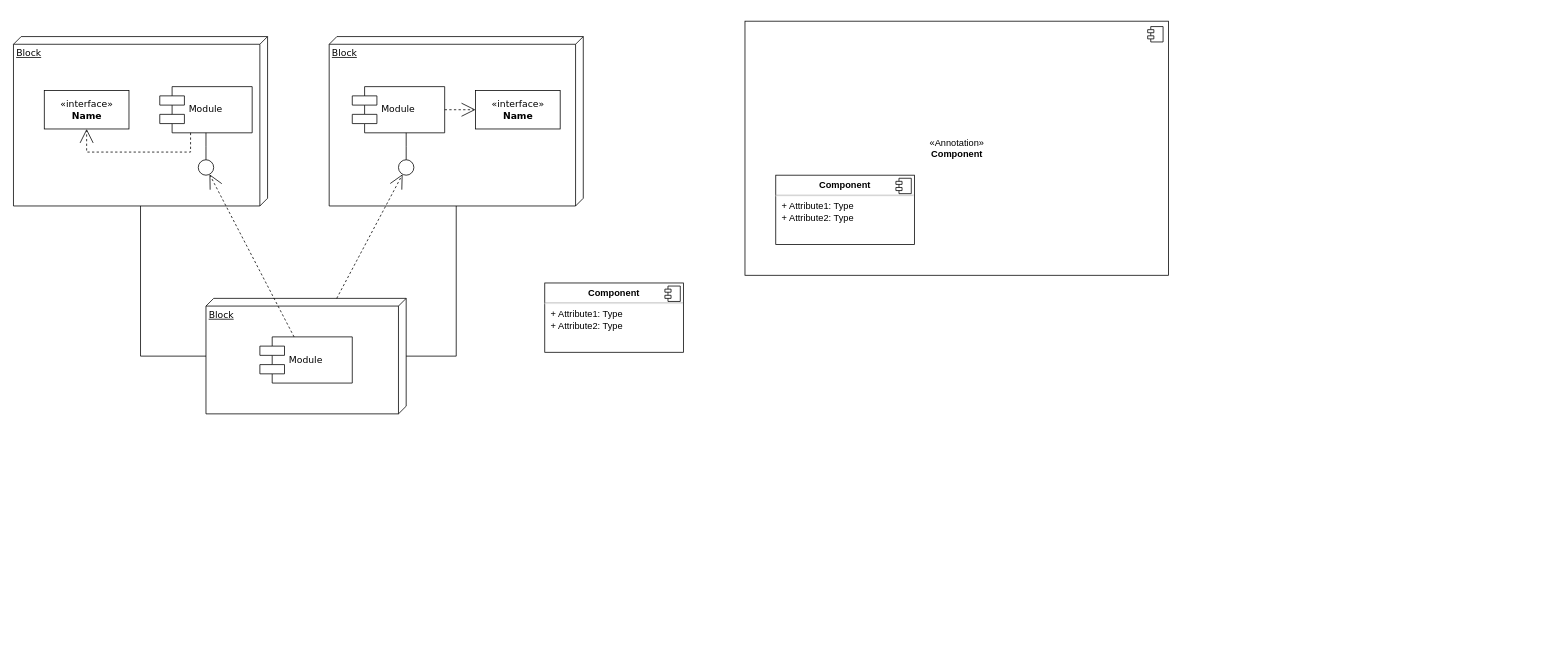
Above: 未命名绘图.drawio in wdnb/UML (draw.io), before the change. Source tidied: cells renumbered, new cells numbered last; positions are measured from the earlier drawing's top-left corner, leaving out a move shared by most shapes. Both pictures are drawn from the tidied source at 77%, with x=0, y=0 at pixel (13, 21).
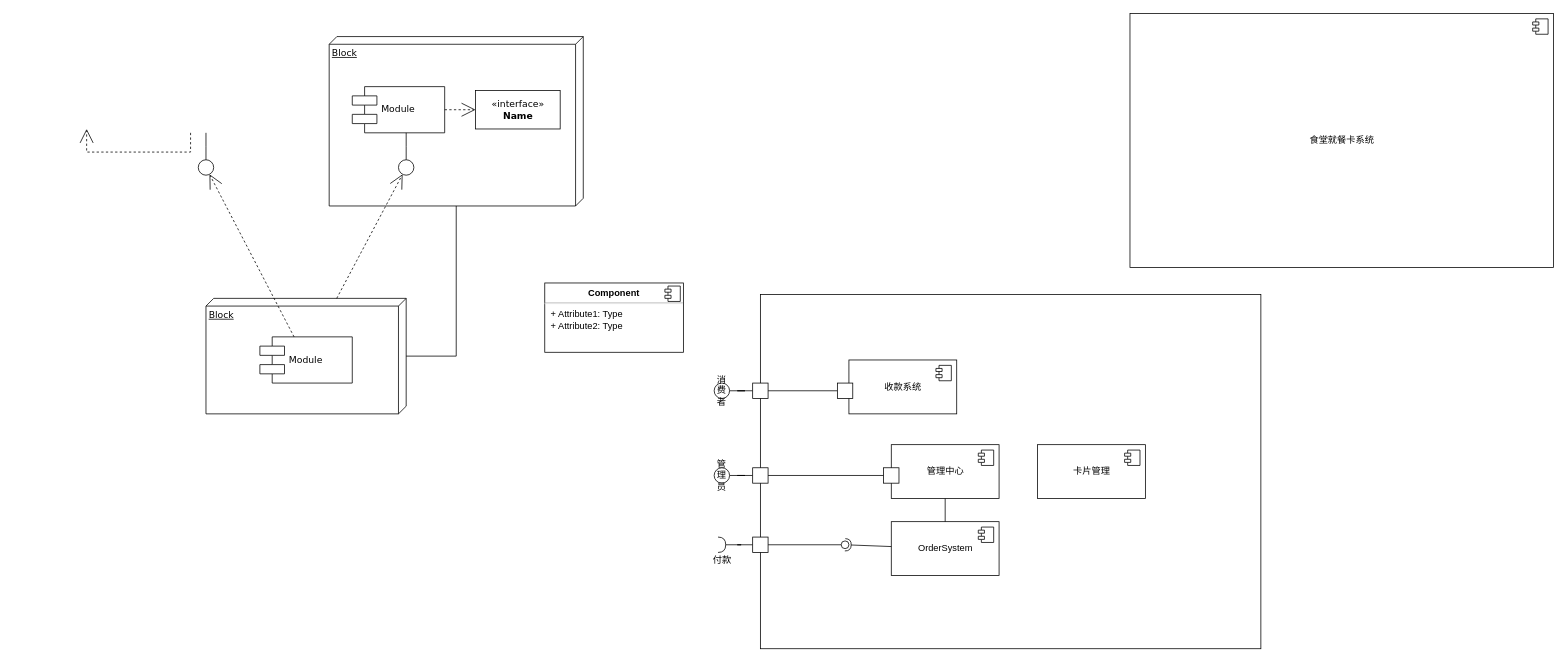
The same page after the edit.

Commit message (it also covers changes not shown here):
更新未命名绘图.drawio

The change refers to these unchanged cells:
```xml
<mxCell id="4" value="Block" style="verticalAlign=top;align=left;spacingTop=8;spacingLeft=2;spacingRight=12;shape=cube;size=10;direction=south;fontStyle=4;html=1;rounded=0;shadow=0;comic=0;labelBackgroundColor=none;strokeWidth=1;fontFamily=Verdana;fontSize=12;" parent="1" vertex="1">
  <mxGeometry x="250" y="360" width="260" height="150" as="geometry" />
</mxCell>
<mxCell id="7" style="ellipse;whiteSpace=wrap;html=1;rounded=0;shadow=0;comic=0;labelBackgroundColor=none;strokeWidth=1;fontFamily=Verdana;fontSize=12;align=center;" parent="1" vertex="1">
  <mxGeometry x="240" y="180" width="20" height="20" as="geometry" />
</mxCell>
```

What changed in the source:
```diff
@@
-    <mxCell id="2" value="Block" style="verticalAlign=top;align=left;spacingTop=8;spacingLeft=2;spacingRight=12;shape=cube;size=10;direction=south;fontStyle=4;html=1;rounded=0;shadow=0;comic=0;labelBackgroundColor=none;strokeWidth=1;fontFamily=Verdana;fontSize=12;" parent="1" vertex="1">
-      <mxGeometry y="20" width="330" height="220" as="geometry" />
-    </mxCell>
+    <mxCell id="26" style="rounded=0;whiteSpace=wrap;html=1;" parent="1" vertex="1">
+      <mxGeometry x="970" y="355" width="650" height="460" as="geometry" />
+    </mxCell>
@@
-    <mxCell id="5" value="&amp;laquo;interface&amp;raquo;&lt;br&gt;&lt;b&gt;Name&lt;/b&gt;" style="html=1;rounded=0;shadow=0;comic=0;labelBackgroundColor=none;strokeWidth=1;fontFamily=Verdana;fontSize=12;align=center;" parent="1" vertex="1">
-      <mxGeometry x="40" y="90" width="110" height="50" as="geometry" />
-    </mxCell>
-    <mxCell id="6" value="Module" style="shape=component;align=left;spacingLeft=36;rounded=0;shadow=0;comic=0;labelBackgroundColor=none;strokeWidth=1;fontFamily=Verdana;fontSize=12;html=1;" parent="1" vertex="1">
-      <mxGeometry x="190" y="85" width="120" height="60" as="geometry" />
-    </mxCell>
@@
-    <mxCell id="15" style="edgeStyle=elbowEdgeStyle;rounded=0;html=1;labelBackgroundColor=none;startArrow=none;startFill=0;startSize=8;endArrow=none;endFill=0;endSize=16;fontFamily=Verdana;fontSize=12;" parent="1" edge="1" source="7" target="6">
-      <mxGeometry relative="1" as="geometry" />
+    <mxCell id="15" style="edgeStyle=elbowEdgeStyle;rounded=0;html=1;labelBackgroundColor=none;startArrow=none;startFill=0;startSize=8;endArrow=none;endFill=0;endSize=16;fontFamily=Verdana;fontSize=12;" parent="1" edge="1" source="7">
+      <mxGeometry relative="1" as="geometry">
+        <mxPoint x="250" y="145" as="targetPoint" />
+      </mxGeometry>
     </mxCell>
-    <mxCell id="16" style="edgeStyle=orthogonalEdgeStyle;rounded=0;html=1;labelBackgroundColor=none;startArrow=none;startFill=0;startSize=8;endArrow=open;endFill=0;endSize=16;fontFamily=Verdana;fontSize=12;dashed=1;" parent="1" edge="1" source="6" target="5">
+    <mxCell id="16" style="edgeStyle=orthogonalEdgeStyle;rounded=0;html=1;labelBackgroundColor=none;startArrow=none;startFill=0;startSize=8;endArrow=open;endFill=0;endSize=16;fontFamily=Verdana;fontSize=12;dashed=1;" parent="1" edge="1">
       <mxGeometry relative="1" as="geometry">
+        <mxPoint x="230" y="145" as="sourcePoint" />
+        <mxPoint x="95" y="140" as="targetPoint" />
         <Array as="points">
           <mxPoint x="230" y="170" />
           <mxPoint x="95" y="170" />
         </Array>
       </mxGeometry>
     </mxCell>
@@
-    <mxCell id="19" style="edgeStyle=orthogonalEdgeStyle;rounded=0;html=1;labelBackgroundColor=none;startArrow=none;startFill=0;startSize=8;endArrow=none;endFill=0;endSize=16;fontFamily=Verdana;fontSize=12;" parent="1" edge="1" source="4" target="2">
-      <mxGeometry relative="1" as="geometry">
-        <Array as="points">
-          <mxPoint x="165" y="435" />
-        </Array>
-      </mxGeometry>
-    </mxCell>
@@
-    <mxCell id="22" value="&amp;laquo;Annotation&amp;raquo;&lt;br/&gt;&lt;b&gt;Component&lt;/b&gt;" style="html=1;" parent="1" vertex="1">
-      <mxGeometry x="950" width="550" height="330" as="geometry" />
+    <mxCell id="22" value="食堂就餐卡系统" style="html=1;" parent="1" vertex="1">
+      <mxGeometry x="1450" y="-10" width="550" height="330" as="geometry" />
     </mxCell>
@@
-    <mxCell id="24" value="&lt;p style=&quot;margin:0px;margin-top:6px;text-align:center;&quot;&gt;&lt;b&gt;Component&lt;/b&gt;&lt;/p&gt;&lt;hr/&gt;&lt;p style=&quot;margin:0px;margin-left:8px;&quot;&gt;+ Attribute1: Type&lt;br/&gt;+ Attribute2: Type&lt;/p&gt;" style="align=left;overflow=fill;html=1;" parent="1" vertex="1">
-      <mxGeometry x="990" y="200" width="180" height="90" as="geometry" />
-    </mxCell>
-    <mxCell id="25" style="shape=component;jettyWidth=8;jettyHeight=4;" parent="24" vertex="1">
-      <mxGeometry x="1" width="20" height="20" relative="1" as="geometry">
-        <mxPoint x="-24" y="4" as="offset" />
-      </mxGeometry>
-    </mxCell>
+    <mxCell id="27" value="收款系统" style="html=1;" parent="1" vertex="1">
+      <mxGeometry x="1085" y="440" width="140" height="70" as="geometry" />
+    </mxCell>
+    <mxCell id="28" style="shape=component;jettyWidth=8;jettyHeight=4;" parent="27" vertex="1">
+      <mxGeometry x="1" width="20" height="20" relative="1" as="geometry">
+        <mxPoint x="-27" y="7" as="offset" />
+      </mxGeometry>
+    </mxCell>
+    <mxCell id="29" value="管理中心" style="html=1;" parent="1" vertex="1">
+      <mxGeometry x="1140" y="550" width="140" height="70" as="geometry" />
+    </mxCell>
+    <mxCell id="30" style="shape=component;jettyWidth=8;jettyHeight=4;" parent="29" vertex="1">
+      <mxGeometry x="1" width="20" height="20" relative="1" as="geometry">
+        <mxPoint x="-27" y="7" as="offset" />
+      </mxGeometry>
+    </mxCell>
+    <mxCell id="31" value="OrderSystem" style="html=1;" parent="1" vertex="1">
+      <mxGeometry x="1140" y="650" width="140" height="70" as="geometry" />
+    </mxCell>
+    <mxCell id="32" style="shape=component;jettyWidth=8;jettyHeight=4;" parent="31" vertex="1">
+      <mxGeometry x="1" width="20" height="20" relative="1" as="geometry">
+        <mxPoint x="-27" y="7" as="offset" />
+      </mxGeometry>
+    </mxCell>
+    <mxCell id="33" style="rounded=0;jettySize=auto;html=1;endArrow=none;endFill=0;exitX=1;exitY=0.5;exitDx=0;exitDy=0;" parent="1" edge="1" source="48" target="35">
+      <mxGeometry relative="1" as="geometry" />
+    </mxCell>
+    <mxCell id="34" style="rounded=0;jettySize=auto;html=1;endArrow=halfCircle;endFill=0;entryX=0.5;entryY=0.5;entryDx=0;entryDy=0;endSize=6;strokeWidth=1;" parent="1" edge="1" source="31" target="35">
+      <mxGeometry relative="1" as="geometry" />
+    </mxCell>
+    <mxCell id="35" style="ellipse;whiteSpace=wrap;html=1;fontFamily=Helvetica;fontSize=12;fontColor=#000000;align=center;strokeColor=#000000;fillColor=#ffffff;points=[];" parent="1" vertex="1">
+      <mxGeometry x="1075" y="675" width="10" height="10" as="geometry" />
+    </mxCell>
+    <mxCell id="36" style="edgeStyle=orthogonalEdgeStyle;rounded=0;jettySize=auto;html=1;endArrow=none;endFill=0;" parent="1" edge="1" source="37" target="41">
+      <mxGeometry relative="1" as="geometry" />
+    </mxCell>
+    <mxCell id="37" value="消费者" style="ellipse;whiteSpace=wrap;html=1;" parent="1" vertex="1">
+      <mxGeometry x="910" y="470" width="20" height="20" as="geometry" />
+    </mxCell>
+    <mxCell id="38" style="edgeStyle=orthogonalEdgeStyle;rounded=0;jettySize=auto;html=1;endArrow=none;endFill=0;" parent="1" edge="1" source="39" target="43">
+      <mxGeometry relative="1" as="geometry" />
+    </mxCell>
+    <mxCell id="39" value="管理员" style="ellipse;whiteSpace=wrap;html=1;" parent="1" vertex="1">
+      <mxGeometry x="910" y="580" width="20" height="20" as="geometry" />
+    </mxCell>
+    <mxCell id="40" style="rounded=0;jettySize=auto;html=1;endArrow=none;endFill=0;" parent="1" edge="1" source="41" target="44">
+      <mxGeometry relative="1" as="geometry" />
+    </mxCell>
+    <mxCell id="41" style="whiteSpace=wrap;html=1;" parent="1" vertex="1">
+      <mxGeometry x="960" y="470" width="20" height="20" as="geometry" />
+    </mxCell>
+    <mxCell id="42" style="edgeStyle=orthogonalEdgeStyle;rounded=0;jettySize=auto;html=1;endArrow=none;endFill=0;" parent="1" edge="1" source="43" target="45">
+      <mxGeometry relative="1" as="geometry" />
+    </mxCell>
+    <mxCell id="43" style="whiteSpace=wrap;html=1;" parent="1" vertex="1">
+      <mxGeometry x="960" y="580" width="20" height="20" as="geometry" />
+    </mxCell>
+    <mxCell id="44" style="whiteSpace=wrap;html=1;" parent="1" vertex="1">
+      <mxGeometry x="1070" y="470" width="20" height="20" as="geometry" />
+    </mxCell>
+    <mxCell id="45" style="whiteSpace=wrap;html=1;" parent="1" vertex="1">
+      <mxGeometry x="1130" y="580" width="20" height="20" as="geometry" />
+    </mxCell>
+    <mxCell id="46" style="edgeStyle=orthogonalEdgeStyle;rounded=0;jettySize=auto;html=1;endArrow=none;endFill=0;" parent="1" edge="1" source="47" target="48">
+      <mxGeometry relative="1" as="geometry" />
+    </mxCell>
+    <mxCell id="47" value="付款" style="shape=requiredInterface;html=1;verticalLabelPosition=bottom;" parent="1" vertex="1">
+      <mxGeometry x="915" y="670" width="10" height="20" as="geometry" />
+    </mxCell>
+    <mxCell id="48" style="whiteSpace=wrap;html=1;" parent="1" vertex="1">
+      <mxGeometry x="960" y="670" width="20" height="20" as="geometry" />
+    </mxCell>
+    <mxCell id="49" style="endArrow=none;html=1;exitX=0.5;exitY=0;exitDx=0;exitDy=0;" parent="1" edge="1" source="31" target="29">
+      <mxGeometry relative="1" as="geometry" />
+    </mxCell>
+    <mxCell id="50" value="卡片管理" style="html=1;" parent="1" vertex="1">
+      <mxGeometry x="1330" y="550" width="140" height="70" as="geometry" />
+    </mxCell>
+    <mxCell id="51" style="shape=component;jettyWidth=8;jettyHeight=4;" parent="50" vertex="1">
+      <mxGeometry x="1" width="20" height="20" relative="1" as="geometry">
+        <mxPoint x="-27" y="7" as="offset" />
+      </mxGeometry>
+    </mxCell>
```
